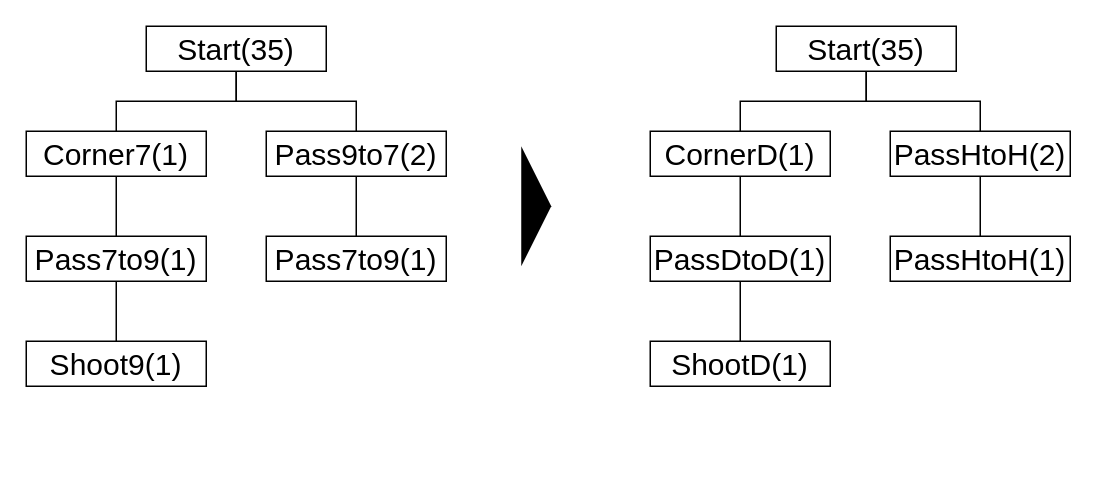
Earlier version of the draw.io diagram 4/result_a.drawio (SuperTikuwa/thesis-images). Source tidied: cells renumbered, new cells numbered last; positions are measured from the earlier drawing's top-left corner, leaving out a move shared by most shapes. Both pictures are drawn from the tidied source at 150%, with x=0, y=0 at pixel (26, 26).
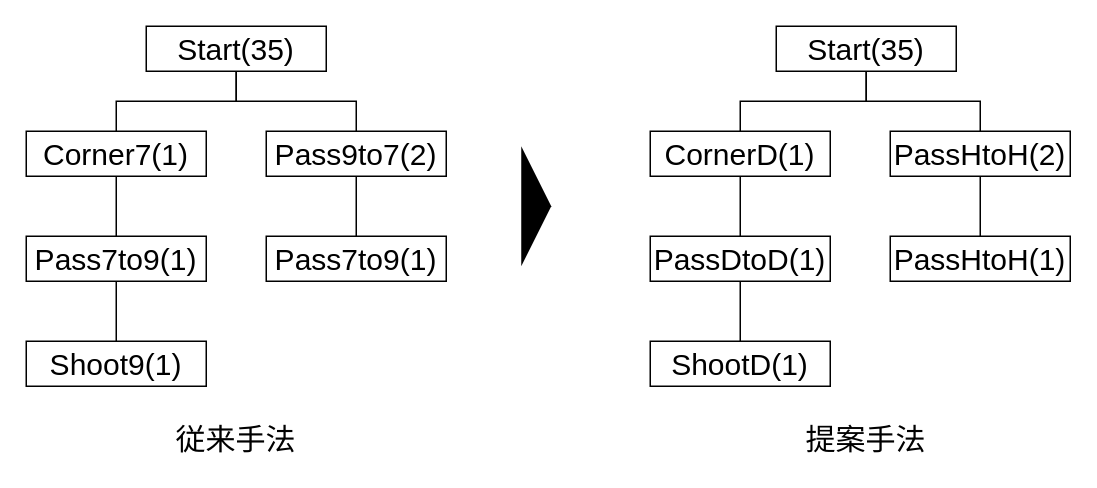
The same page after the edit.

Commit message (it also covers changes not shown here):
result_a.drawio を更新します

The edit, as a diff of the source:
```diff
@@
+    <mxCell id="25" value="従来手法" style="text;html=1;strokeColor=none;fillColor=none;align=center;verticalAlign=middle;whiteSpace=wrap;rounded=0;fontSize=20;" parent="1" vertex="1">
+      <mxGeometry x="60" y="260" width="160" height="30" as="geometry" />
+    </mxCell>
+    <mxCell id="26" value="提案手法" style="text;html=1;strokeColor=none;fillColor=none;align=center;verticalAlign=middle;whiteSpace=wrap;rounded=0;fontSize=20;" parent="1" vertex="1">
+      <mxGeometry x="480" y="260" width="160" height="30" as="geometry" />
+    </mxCell>
```
